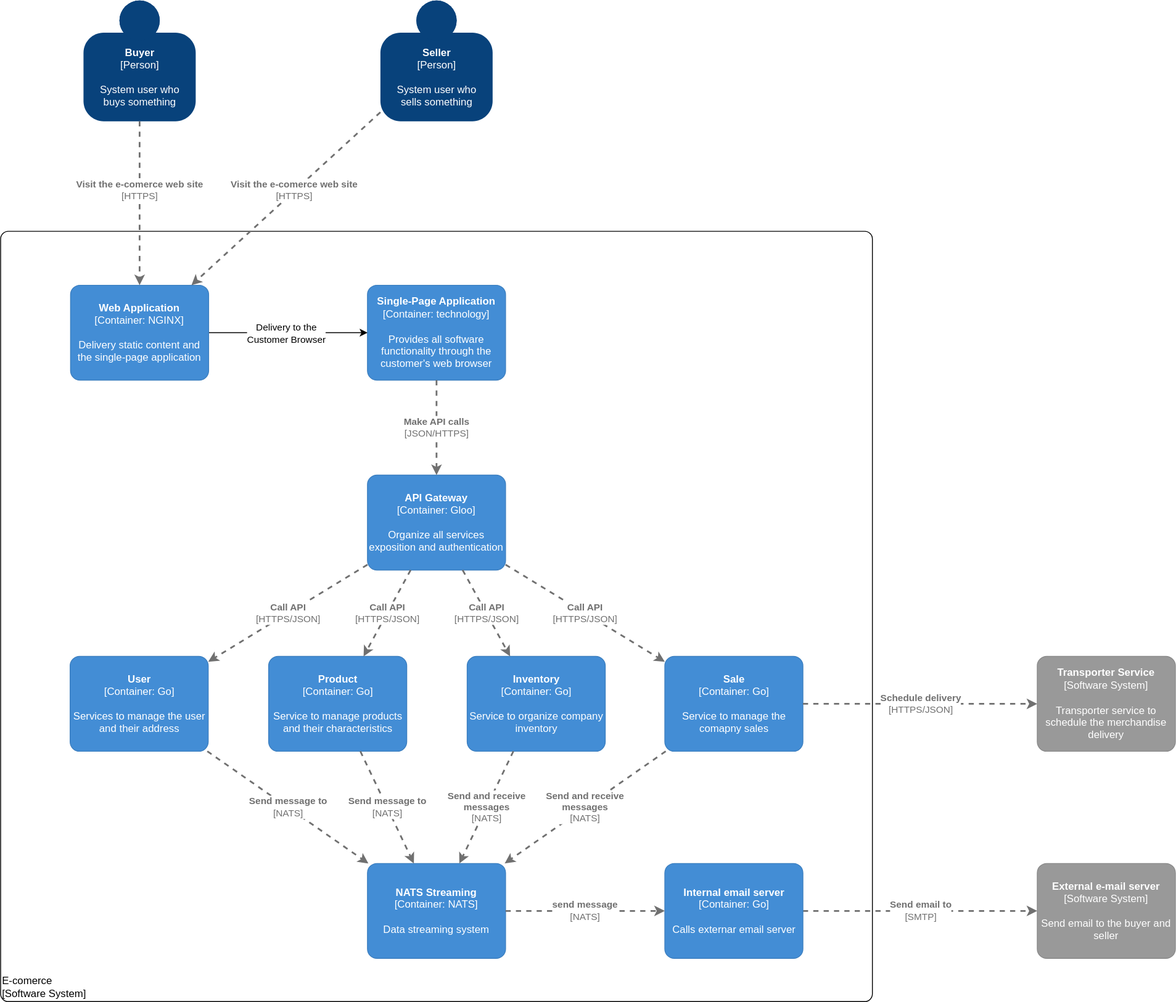
This is docs/images/arch/container.drawio.svg from gsdenys/ecomerce-microservice-example, a draw.io export, as it was before one commit. Source tidied: cells renumbered, new cells last; positions are measured from the earlier drawing's top-left corner, leaving out a move shared by most shapes.
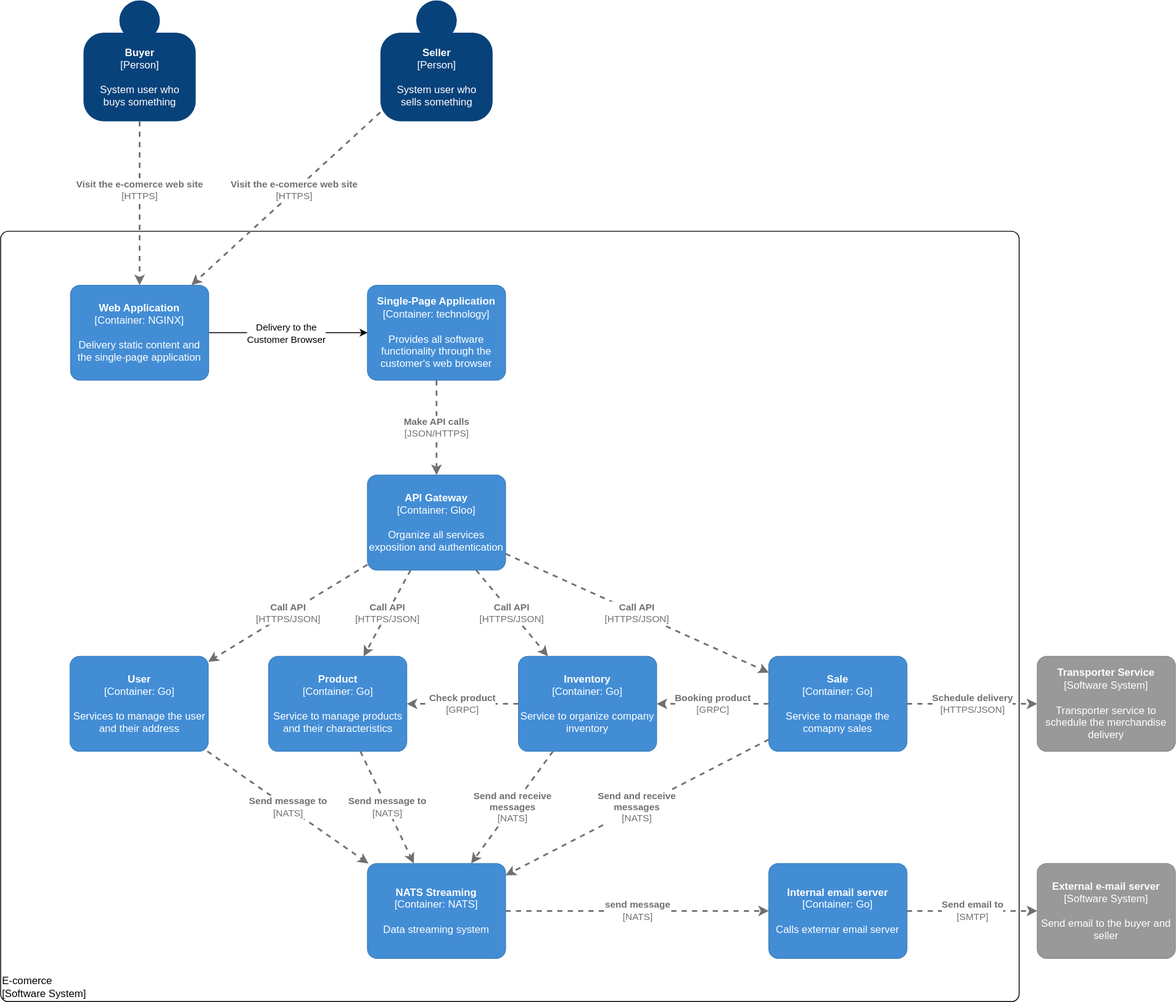
The same file after the commit.

Commit message:
Create GRPC calls between Sale and inventory, and Inventore and Product

What changed in the source:
```diff
@@ -14,7 +14,7 @@
     </object>
     <object id="4" label="&lt;div style=&quot;text-align: left&quot;&gt;%c4Name%&lt;/div&gt;&lt;div style=&quot;text-align: left&quot;&gt;[%c4Application%]&lt;/div&gt;" c4Application="Software System" c4Name="E-comerce" c4Type="ExecutionEnvironment" placeholders="1">
       <mxCell style="rounded=1;whiteSpace=wrap;html=1;labelBackgroundColor=none;fillColor=#ffffff;fontColor=#000000;align=left;arcSize=1;strokeColor=#000000;verticalAlign=bottom;metaData={&quot;c4Type&quot;:{&quot;editable&quot;:false}};" parent="1" vertex="1">
-        <mxGeometry y="267.5" width="1010" height="892.5" as="geometry" />
+        <mxGeometry y="267.5" width="1180" height="892.5" as="geometry" />
       </mxCell>
     </object>
     <object id="5" label="&lt;b&gt;%c4Name%&lt;/b&gt;&lt;div&gt;[%c4Type%: %c4Technology%]&lt;/div&gt;&lt;br&gt;&lt;div&gt;%c4Description%&lt;/div&gt;" c4Description="Services to manage the user and their address" c4Name="User" c4Technology="Go" c4Type="Container" placeholders="1">
@@ -29,12 +29,12 @@
     </object>
     <object id="7" label="&lt;b&gt;%c4Name%&lt;/b&gt;&lt;div&gt;[%c4Type%: %c4Technology%]&lt;/div&gt;&lt;br&gt;&lt;div&gt;%c4Description%&lt;/div&gt;" c4Description="Service to organize company inventory" c4Name="Inventory" c4Technology="Go" c4Type="Container" placeholders="1">
       <mxCell style="rounded=1;whiteSpace=wrap;html=1;labelBackgroundColor=none;fillColor=#438DD5;fontColor=#ffffff;align=center;arcSize=10;strokeColor=#3C7FC0;metaData={&quot;c4Type&quot;:{&quot;editable&quot;:false}};points=[[0.25,0,0],[0.5,0,0],[0.75,0,0],[1,0.25,0],[1,0.5,0],[1,0.75,0],[0.75,1,0],[0.5,1,0],[0.25,1,0],[0,0.75,0],[0,0.5,0],[0,0.25,0]];" parent="1" vertex="1">
-        <mxGeometry x="540.5" y="760" width="160" height="110" as="geometry" />
+        <mxGeometry x="600" y="760" width="160" height="110" as="geometry" />
       </mxCell>
     </object>
     <object id="8" label="&lt;b&gt;%c4Name%&lt;/b&gt;&lt;div&gt;[%c4Type%: %c4Technology%]&lt;/div&gt;&lt;br&gt;&lt;div&gt;%c4Description%&lt;/div&gt;" c4Description="Service to manage the comapny sales" c4Name="Sale" c4Technology="Go" c4Type="Container" placeholders="1">
       <mxCell style="rounded=1;whiteSpace=wrap;html=1;labelBackgroundColor=none;fillColor=#438DD5;fontColor=#ffffff;align=center;arcSize=10;strokeColor=#3C7FC0;metaData={&quot;c4Type&quot;:{&quot;editable&quot;:false}};points=[[0.25,0,0],[0.5,0,0],[0.75,0,0],[1,0.25,0],[1,0.5,0],[1,0.75,0],[0.75,1,0],[0.5,1,0],[0.25,1,0],[0,0.75,0],[0,0.5,0],[0,0.25,0]];" parent="1" vertex="1">
-        <mxGeometry x="769.5" y="760" width="160" height="110" as="geometry" />
+        <mxGeometry x="890" y="760" width="160" height="110" as="geometry" />
       </mxCell>
     </object>
     <object id="9" label="&lt;b&gt;%c4Name%&lt;/b&gt;&lt;div&gt;[%c4Type%: %c4Technology%]&lt;/div&gt;&lt;br&gt;&lt;div&gt;%c4Description%&lt;/div&gt;" c4Description="Organize all services exposition and authentication" c4Name="API Gateway" c4Technology="Gloo" c4Type="Container" placeholders="1">
@@ -142,7 +142,7 @@
     </object>
     <object id="30" label="&lt;b&gt;%c4Name%&lt;/b&gt;&lt;div&gt;[%c4Type%: %c4Technology%]&lt;/div&gt;&lt;br&gt;&lt;div&gt;%c4Description%&lt;/div&gt;" c4Description="Calls externar email server" c4Name="Internal email server" c4Technology="Go" c4Type="Container" placeholders="1">
       <mxCell style="rounded=1;whiteSpace=wrap;html=1;labelBackgroundColor=none;fillColor=#438DD5;fontColor=#ffffff;align=center;arcSize=10;strokeColor=#3C7FC0;metaData={&quot;c4Type&quot;:{&quot;editable&quot;:false}};points=[[0.25,0,0],[0.5,0,0],[0.75,0,0],[1,0.25,0],[1,0.5,0],[1,0.75,0],[0.75,1,0],[0.5,1,0],[0.25,1,0],[0,0.75,0],[0,0.5,0],[0,0.25,0]];" parent="1" vertex="1">
-        <mxGeometry x="769.5" y="1000" width="160" height="110" as="geometry" />
+        <mxGeometry x="890" y="1000" width="160" height="110" as="geometry" />
       </mxCell>
     </object>
     <object id="31" label="&lt;div style=&quot;text-align: left&quot;&gt;&lt;div style=&quot;text-align: center&quot;&gt;&lt;b&gt;%c4Description%&lt;/b&gt;&lt;/div&gt;&lt;div style=&quot;text-align: center&quot;&gt;[%c4Technology%]&lt;/div&gt;&lt;/div&gt;" c4Description="send message" c4Technology="NATS" c4Type="Relationship" placeholders="1">
@@ -150,5 +150,15 @@
         <mxGeometry relative="1" as="geometry" />
       </mxCell>
     </object>
+    <object id="32" label="&lt;div style=&quot;text-align: left&quot;&gt;&lt;div style=&quot;text-align: center&quot;&gt;&lt;b&gt;%c4Description%&lt;/b&gt;&lt;/div&gt;&lt;div style=&quot;text-align: center&quot;&gt;[%c4Technology%]&lt;/div&gt;&lt;/div&gt;" c4Description="Booking product" c4Technology="GRPC" c4Type="Relationship" placeholders="1">
+      <mxCell style="edgeStyle=none;rounded=0;html=1;jettySize=auto;strokeColor=#707070;strokeWidth=2;fontColor=#707070;jumpStyle=none;dashed=1;metaData={&quot;c4Type&quot;:{&quot;editable&quot;:false}};" parent="1" edge="1" source="8" target="7">
+        <mxGeometry relative="1" as="geometry" />
+      </mxCell>
+    </object>
+    <object id="33" label="&lt;div style=&quot;text-align: left&quot;&gt;&lt;div style=&quot;text-align: center&quot;&gt;&lt;b&gt;%c4Description%&lt;/b&gt;&lt;/div&gt;&lt;div style=&quot;text-align: center&quot;&gt;[%c4Technology%]&lt;/div&gt;&lt;/div&gt;" c4Description="Check product" c4Technology="GRPC" c4Type="Relationship" placeholders="1">
+      <mxCell style="edgeStyle=none;rounded=0;html=1;jettySize=auto;strokeColor=#707070;strokeWidth=2;fontColor=#707070;jumpStyle=none;dashed=1;metaData={&quot;c4Type&quot;:{&quot;editable&quot;:false}};" parent="1" edge="1" source="7" target="6">
+        <mxGeometry relative="1" as="geometry" />
+      </mxCell>
+    </object>
   </root>
 </mxGraphModel>
```
